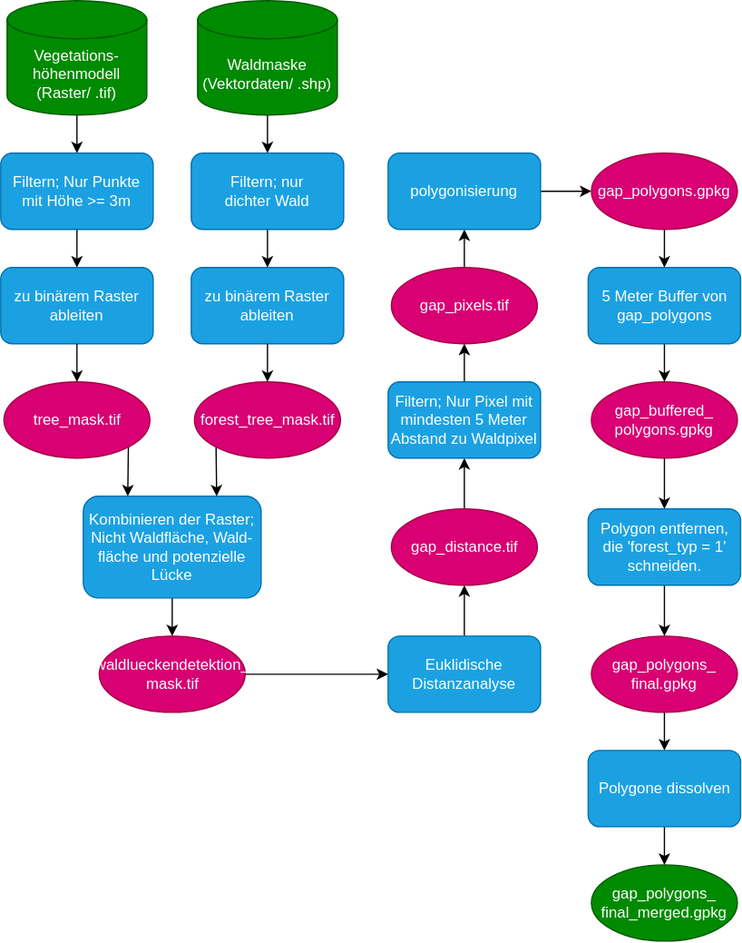
Earlier version of the draw.io export Lueckendetektion.drawio.svg (liobio72/Lueckendetektion). Source tidied: cells renumbered, new cells last; positions are measured from the earlier drawing's top-left corner, leaving out a move shared by most shapes.
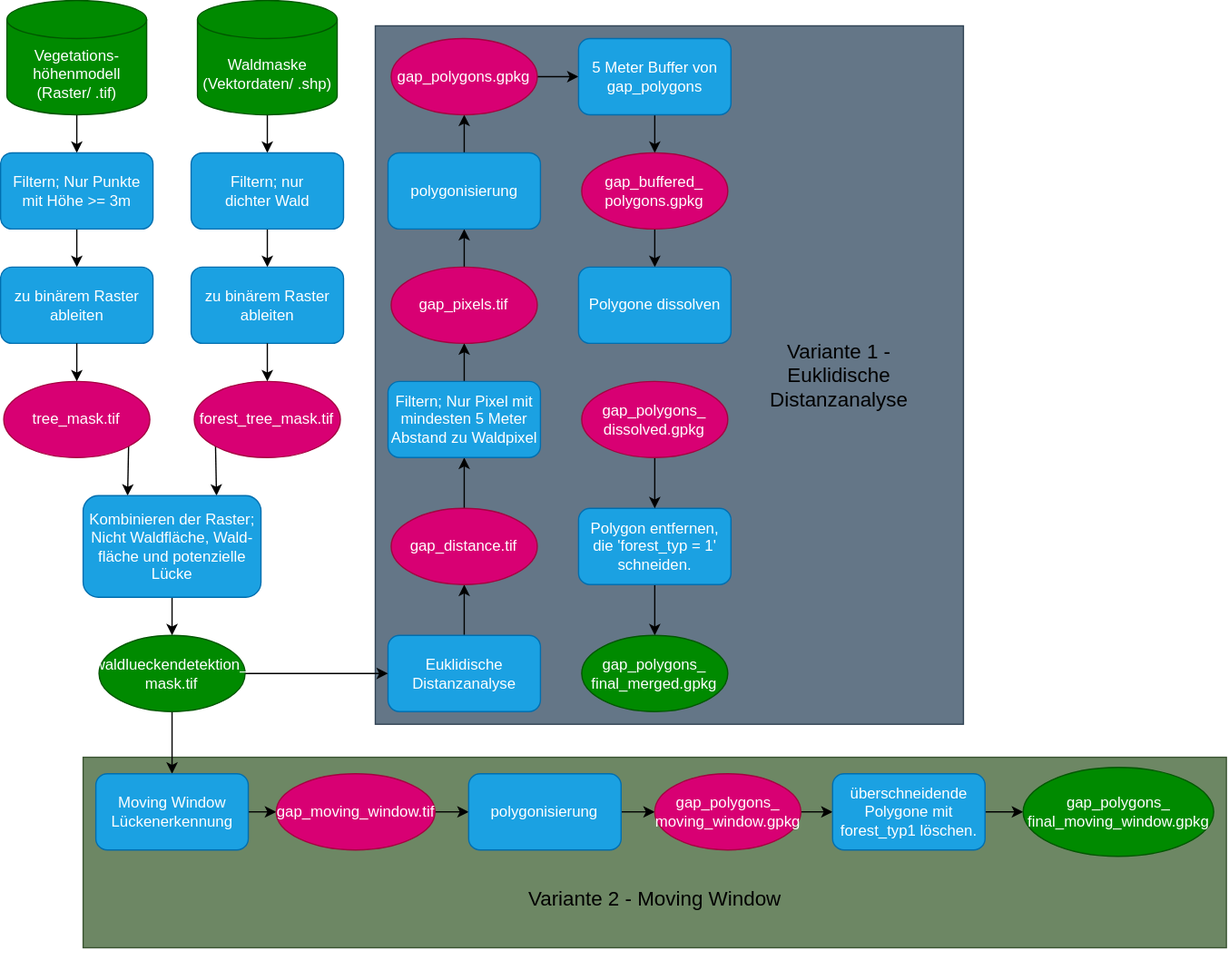
The same file after the commit.

The edit, as a diff of the source:
```diff
@@ -2,6 +2,12 @@
   <root>
     <mxCell id="0" />
     <mxCell id="1" parent="0" />
+    <mxCell id="45" style="rounded=0;whiteSpace=wrap;html=1;fillColor=#6d8764;fontColor=#ffffff;strokeColor=#3A5431;" parent="1" vertex="1">
+      <mxGeometry x="65" y="596" width="900" height="150" as="geometry" />
+    </mxCell>
+    <mxCell id="46" style="rounded=0;whiteSpace=wrap;html=1;fillColor=#647687;strokeColor=#314354;fontColor=#ffffff;" parent="1" vertex="1">
+      <mxGeometry x="295" y="20" width="463" height="550" as="geometry" />
+    </mxCell>
     <mxCell id="2" style="edgeStyle=orthogonalEdgeStyle;rounded=0;jettySize=auto;html=1;exitX=0.5;exitY=1;exitDx=0;exitDy=0;exitPerimeter=0;entryX=0.5;entryY=0;entryDx=0;entryDy=0;" parent="1" edge="1" source="3" target="11">
       <mxGeometry relative="1" as="geometry" />
     </mxCell>
@@ -80,56 +86,95 @@
     <mxCell id="27" value="gap_pixels.tif" style="ellipse;whiteSpace=wrap;html=1;fillColor=#d80073;fontColor=#ffffff;strokeColor=#A50040;" parent="1" vertex="1">
       <mxGeometry x="307.5" y="210" width="115" height="60" as="geometry" />
     </mxCell>
-    <mxCell id="28" style="edgeStyle=orthogonalEdgeStyle;rounded=0;jettySize=auto;html=1;exitX=1;exitY=0.5;exitDx=0;exitDy=0;entryX=0;entryY=0.5;entryDx=0;entryDy=0;" parent="1" edge="1" source="29" target="31">
+    <mxCell id="28" style="edgeStyle=orthogonalEdgeStyle;rounded=0;jettySize=auto;html=1;exitX=0.5;exitY=0;exitDx=0;exitDy=0;entryX=0.5;entryY=1;entryDx=0;entryDy=0;" parent="1" edge="1" source="29" target="31">
       <mxGeometry relative="1" as="geometry" />
     </mxCell>
     <mxCell id="29" value="polygonisierung" style="rounded=1;whiteSpace=wrap;html=1;fillColor=#1ba1e2;fontColor=#ffffff;strokeColor=#006EAF;" parent="1" vertex="1">
       <mxGeometry x="305" y="120" width="120" height="60" as="geometry" />
     </mxCell>
-    <mxCell id="30" style="edgeStyle=orthogonalEdgeStyle;rounded=0;jettySize=auto;html=1;exitX=0.5;exitY=1;exitDx=0;exitDy=0;entryX=0.5;entryY=0;entryDx=0;entryDy=0;" parent="1" edge="1" source="31" target="33">
+    <mxCell id="30" style="edgeStyle=orthogonalEdgeStyle;rounded=0;jettySize=auto;html=1;exitX=1;exitY=0.5;exitDx=0;exitDy=0;entryX=0;entryY=0.5;entryDx=0;entryDy=0;" parent="1" edge="1" source="31" target="33">
       <mxGeometry relative="1" as="geometry" />
     </mxCell>
     <mxCell id="31" value="gap_polygons.gpkg" style="ellipse;whiteSpace=wrap;html=1;fillColor=#d80073;fontColor=#ffffff;strokeColor=#A50040;" parent="1" vertex="1">
-      <mxGeometry x="465" y="120" width="115" height="60" as="geometry" />
+      <mxGeometry x="307.5" y="30" width="115" height="60" as="geometry" />
     </mxCell>
     <mxCell id="32" style="edgeStyle=orthogonalEdgeStyle;rounded=0;jettySize=auto;html=1;exitX=0.5;exitY=1;exitDx=0;exitDy=0;entryX=0.5;entryY=0;entryDx=0;entryDy=0;" parent="1" edge="1" source="33" target="35">
       <mxGeometry relative="1" as="geometry" />
     </mxCell>
     <mxCell id="33" value="5 Meter Buffer von gap_polygons" style="rounded=1;whiteSpace=wrap;html=1;fillColor=#1ba1e2;fontColor=#ffffff;strokeColor=#006EAF;" parent="1" vertex="1">
-      <mxGeometry x="462.5" y="210" width="120" height="60" as="geometry" />
+      <mxGeometry x="455" y="30" width="120" height="60" as="geometry" />
     </mxCell>
-    <mxCell id="34" style="edgeStyle=orthogonalEdgeStyle;rounded=0;jettySize=auto;html=1;exitX=0.5;exitY=1;exitDx=0;exitDy=0;entryX=0.5;entryY=0;entryDx=0;entryDy=0;" parent="1" edge="1" source="35" target="39">
-      <mxGeometry relative="1" as="geometry" />
-    </mxCell>
+    <mxCell id="47" style="edgeStyle=orthogonalEdgeStyle;rounded=0;jettySize=auto;html=1;exitX=0.5;exitY=1;exitDx=0;exitDy=0;entryX=0.5;entryY=0;entryDx=0;entryDy=0;" parent="1" edge="1" source="35" target="43">
+      <mxGeometry relative="1" as="geometry" />
+    </mxCell>
     <mxCell id="35" value="gap_buffered_&lt;div&gt;polygons.gpkg&lt;/div&gt;" style="ellipse;whiteSpace=wrap;html=1;fillColor=#d80073;fontColor=#ffffff;strokeColor=#A50040;" parent="1" vertex="1">
-      <mxGeometry x="465" y="300" width="115" height="60" as="geometry" />
+      <mxGeometry x="457.5" y="120" width="115" height="60" as="geometry" />
     </mxCell>
     <mxCell id="36" style="edgeStyle=orthogonalEdgeStyle;rounded=0;jettySize=auto;html=1;exitX=1;exitY=0.5;exitDx=0;exitDy=0;entryX=0;entryY=0.5;entryDx=0;entryDy=0;" parent="1" edge="1" source="37" target="21">
       <mxGeometry relative="1" as="geometry" />
     </mxCell>
+    <mxCell id="48" style="edgeStyle=orthogonalEdgeStyle;rounded=0;jettySize=auto;html=1;exitX=0.5;exitY=1;exitDx=0;exitDy=0;entryX=0.5;entryY=0;entryDx=0;entryDy=0;" parent="1" edge="1" source="37" target="53">
+      <mxGeometry relative="1" as="geometry" />
+    </mxCell>
-    <mxCell id="37" value="waldlueckendetektion_&lt;div&gt;&lt;span style=&quot;background-color: transparent; color: light-dark(rgb(255, 255, 255), rgb(18, 18, 18));&quot;&gt;mask.tif&lt;/span&gt;&lt;/div&gt;" style="ellipse;whiteSpace=wrap;html=1;fillColor=#d80073;fontColor=#ffffff;strokeColor=#A50040;" parent="1" vertex="1">
+    <mxCell id="37" value="waldlueckendetektion_&lt;div&gt;&lt;span style=&quot;background-color: transparent; color: light-dark(rgb(255, 255, 255), rgb(18, 18, 18));&quot;&gt;mask.tif&lt;/span&gt;&lt;/div&gt;" style="ellipse;whiteSpace=wrap;html=1;fillColor=#008a00;fontColor=#ffffff;strokeColor=#005700;" parent="1" vertex="1">
       <mxGeometry x="77.5" y="500" width="115" height="60" as="geometry" />
     </mxCell>
-    <mxCell id="38" style="edgeStyle=orthogonalEdgeStyle;rounded=0;jettySize=auto;html=1;exitX=0.5;exitY=1;exitDx=0;exitDy=0;entryX=0.5;entryY=0;entryDx=0;entryDy=0;" parent="1" edge="1" source="39" target="41">
-      <mxGeometry relative="1" as="geometry" />
-    </mxCell>
+    <mxCell id="49" style="edgeStyle=orthogonalEdgeStyle;rounded=0;jettySize=auto;html=1;exitX=0.5;exitY=1;exitDx=0;exitDy=0;entryX=0.5;entryY=0;entryDx=0;entryDy=0;" parent="1" edge="1" source="39" target="44">
+      <mxGeometry relative="1" as="geometry" />
+    </mxCell>
     <mxCell id="39" value="Polygon entfernen, die 'forest_typ = 1' schneiden." style="rounded=1;whiteSpace=wrap;html=1;fillColor=#1ba1e2;fontColor=#ffffff;strokeColor=#006EAF;" parent="1" vertex="1">
-      <mxGeometry x="462.5" y="400" width="120" height="60" as="geometry" />
+      <mxGeometry x="455" y="400" width="120" height="60" as="geometry" />
     </mxCell>
-    <mxCell id="40" style="edgeStyle=orthogonalEdgeStyle;rounded=0;jettySize=auto;html=1;exitX=0.5;exitY=1;exitDx=0;exitDy=0;entryX=0.5;entryY=0;entryDx=0;entryDy=0;" parent="1" edge="1" source="41" target="43">
-      <mxGeometry relative="1" as="geometry" />
-    </mxCell>
+    <mxCell id="50" style="edgeStyle=orthogonalEdgeStyle;rounded=0;jettySize=auto;html=1;exitX=0.5;exitY=1;exitDx=0;exitDy=0;entryX=0.5;entryY=0;entryDx=0;entryDy=0;" parent="1" edge="1" source="41" target="39">
+      <mxGeometry relative="1" as="geometry" />
+    </mxCell>
-    <mxCell id="41" value="gap_polygons_&lt;div&gt;final.gpkg&lt;/div&gt;" style="ellipse;whiteSpace=wrap;html=1;fillColor=#d80073;fontColor=#ffffff;strokeColor=#A50040;" parent="1" vertex="1">
-      <mxGeometry x="465" y="500" width="115" height="60" as="geometry" />
+    <mxCell id="41" value="gap_polygons_&lt;div&gt;dissolved.gpkg&lt;/div&gt;" style="ellipse;whiteSpace=wrap;html=1;fillColor=#d80073;fontColor=#ffffff;strokeColor=#A50040;" parent="1" vertex="1">
+      <mxGeometry x="457.5" y="300" width="115" height="60" as="geometry" />
     </mxCell>
-    <mxCell id="42" style="edgeStyle=orthogonalEdgeStyle;rounded=0;jettySize=auto;html=1;exitX=0.5;exitY=1;exitDx=0;exitDy=0;entryX=0.5;entryY=0;entryDx=0;entryDy=0;" parent="1" edge="1" source="43" target="44">
-      <mxGeometry relative="1" as="geometry" />
-    </mxCell>
     <mxCell id="43" value="Polygone dissolven" style="rounded=1;whiteSpace=wrap;html=1;fillColor=#1ba1e2;fontColor=#ffffff;strokeColor=#006EAF;" parent="1" vertex="1">
-      <mxGeometry x="462.5" y="590" width="120" height="60" as="geometry" />
+      <mxGeometry x="455" y="210" width="120" height="60" as="geometry" />
     </mxCell>
     <mxCell id="44" value="gap_polygons_&lt;div&gt;final_merged.gpkg&lt;/div&gt;" style="ellipse;whiteSpace=wrap;html=1;fillColor=#008a00;fontColor=#ffffff;strokeColor=#005700;" parent="1" vertex="1">
-      <mxGeometry x="465" y="680" width="115" height="60" as="geometry" />
+      <mxGeometry x="457.5" y="500" width="115" height="60" as="geometry" />
     </mxCell>
+    <mxCell id="51" value="&lt;font style=&quot;font-size: 16px;&quot;&gt;Variante 1 - Euklidische Distanzanalyse&lt;/font&gt;" style="text;html=1;whiteSpace=wrap;strokeColor=none;fillColor=none;align=center;verticalAlign=middle;rounded=0;" parent="1" vertex="1">
+      <mxGeometry x="595" y="247.5" width="130" height="95" as="geometry" />
+    </mxCell>
+    <mxCell id="52" style="edgeStyle=orthogonalEdgeStyle;rounded=0;jettySize=auto;html=1;exitX=1;exitY=0.5;exitDx=0;exitDy=0;entryX=0;entryY=0.5;entryDx=0;entryDy=0;" parent="1" edge="1" source="53" target="55">
+      <mxGeometry relative="1" as="geometry" />
+    </mxCell>
+    <mxCell id="53" value="Moving Window&lt;div&gt;Lückenerkennung&lt;/div&gt;" style="rounded=1;whiteSpace=wrap;html=1;fillColor=#1ba1e2;fontColor=#ffffff;strokeColor=#006EAF;" parent="1" vertex="1">
+      <mxGeometry x="75" y="609" width="120" height="60" as="geometry" />
+    </mxCell>
+    <mxCell id="54" style="edgeStyle=orthogonalEdgeStyle;rounded=0;jettySize=auto;html=1;exitX=1;exitY=0.5;exitDx=0;exitDy=0;entryX=0;entryY=0.5;entryDx=0;entryDy=0;" parent="1" edge="1" source="55" target="57">
+      <mxGeometry relative="1" as="geometry" />
+    </mxCell>
+    <mxCell id="55" value="gap_moving_window.tif" style="ellipse;whiteSpace=wrap;html=1;fillColor=#d80073;fontColor=#ffffff;strokeColor=#A50040;" parent="1" vertex="1">
+      <mxGeometry x="217" y="609" width="125" height="60" as="geometry" />
+    </mxCell>
+    <mxCell id="56" style="edgeStyle=orthogonalEdgeStyle;rounded=0;jettySize=auto;html=1;exitX=1;exitY=0.5;exitDx=0;exitDy=0;entryX=0;entryY=0.5;entryDx=0;entryDy=0;" parent="1" edge="1" source="57" target="59">
+      <mxGeometry relative="1" as="geometry" />
+    </mxCell>
+    <mxCell id="57" value="polygonisierung" style="rounded=1;whiteSpace=wrap;html=1;fillColor=#1ba1e2;fontColor=#ffffff;strokeColor=#006EAF;" parent="1" vertex="1">
+      <mxGeometry x="368.5" y="609" width="120" height="60" as="geometry" />
+    </mxCell>
+    <mxCell id="58" style="edgeStyle=orthogonalEdgeStyle;rounded=0;jettySize=auto;html=1;exitX=1;exitY=0.5;exitDx=0;exitDy=0;entryX=0;entryY=0.5;entryDx=0;entryDy=0;" parent="1" edge="1" source="59" target="61">
+      <mxGeometry relative="1" as="geometry" />
+    </mxCell>
+    <mxCell id="59" value="gap_polygons_&lt;div&gt;moving_window.gpkg&lt;/div&gt;" style="ellipse;whiteSpace=wrap;html=1;fillColor=#d80073;fontColor=#ffffff;strokeColor=#A50040;" parent="1" vertex="1">
+      <mxGeometry x="515" y="609" width="115" height="60" as="geometry" />
+    </mxCell>
+    <mxCell id="60" style="edgeStyle=orthogonalEdgeStyle;rounded=0;jettySize=auto;html=1;exitX=1;exitY=0.5;exitDx=0;exitDy=0;entryX=0;entryY=0.5;entryDx=0;entryDy=0;" parent="1" edge="1" source="61" target="62">
+      <mxGeometry relative="1" as="geometry" />
+    </mxCell>
+    <mxCell id="61" value="überschneidende Polygone mit forest_typ1 löschen." style="rounded=1;whiteSpace=wrap;html=1;fillColor=#1ba1e2;fontColor=#ffffff;strokeColor=#006EAF;" parent="1" vertex="1">
+      <mxGeometry x="655" y="609" width="120" height="60" as="geometry" />
+    </mxCell>
+    <mxCell id="62" value="gap_polygons_&lt;div&gt;final_moving_window.gpkg&lt;/div&gt;" style="ellipse;whiteSpace=wrap;html=1;fillColor=#008a00;fontColor=#ffffff;strokeColor=#005700;" parent="1" vertex="1">
+      <mxGeometry x="805" y="604" width="150" height="70" as="geometry" />
+    </mxCell>
+    <mxCell id="63" value="&lt;font style=&quot;font-size: 16px;&quot;&gt;Variante 2 - Moving Window&lt;/font&gt;" style="text;html=1;whiteSpace=wrap;strokeColor=none;fillColor=none;align=center;verticalAlign=middle;rounded=0;" parent="1" vertex="1">
+      <mxGeometry x="320" y="660" width="390" height="95" as="geometry" />
+    </mxCell>
   </root>
 </mxGraphModel>
```
